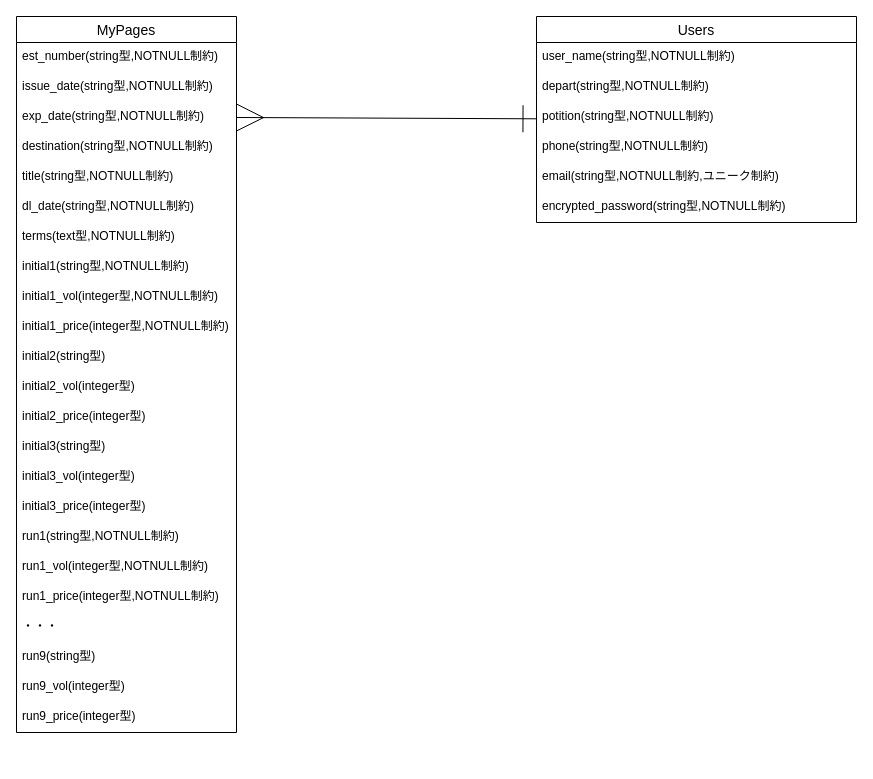
Before: ER.dio in fe3524/est-portal, a draw.io diagram. Source tidied: cells renumbered, new cells numbered last; positions are measured from the earlier drawing's top-left corner, leaving out a move shared by most shapes. Both pictures are drawn from the tidied source at 100%, with x=0, y=0 at pixel (16, 16).
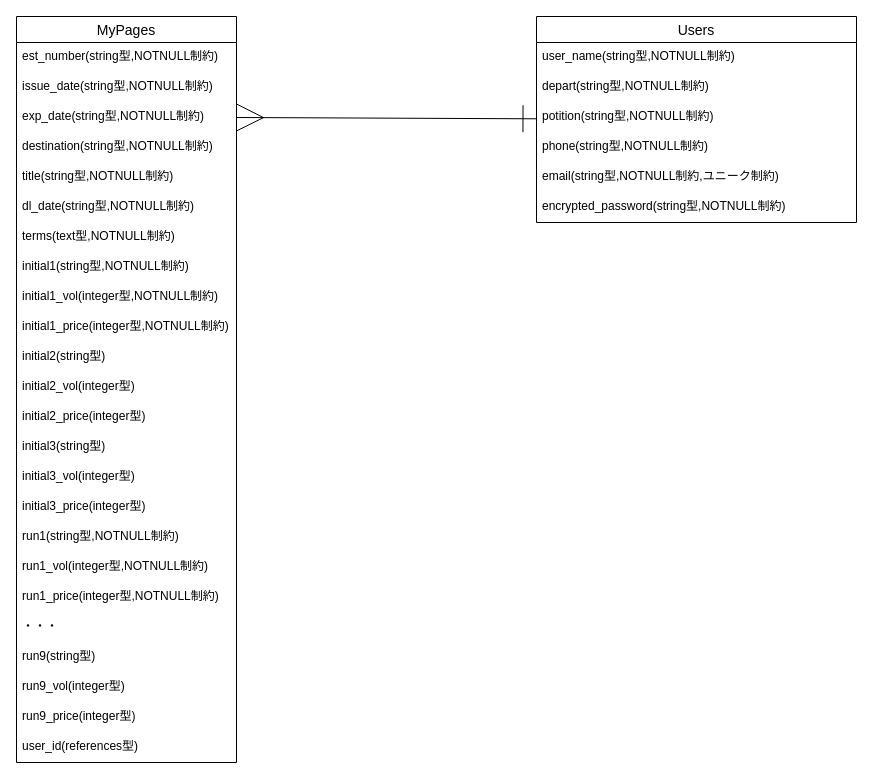
After the change.

Diff of the diagram source:
```diff
@@
     <mxCell id="10" value="MyPages" style="swimlane;fontStyle=0;horizontal=1;startSize=26;align=center;fontSize=14;" parent="1" vertex="1">
-      <mxGeometry width="220" height="716" as="geometry" />
+      <mxGeometry width="220" height="746" as="geometry" />
     </mxCell>
@@
+    <mxCell id="34" value="user_id(references型)" style="text;strokeColor=none;fillColor=none;spacingLeft=4;spacingRight=4;overflow=hidden;fontSize=12;" parent="10" vertex="1">
+      <mxGeometry y="716" width="220" height="30" as="geometry" />
+    </mxCell>
```
